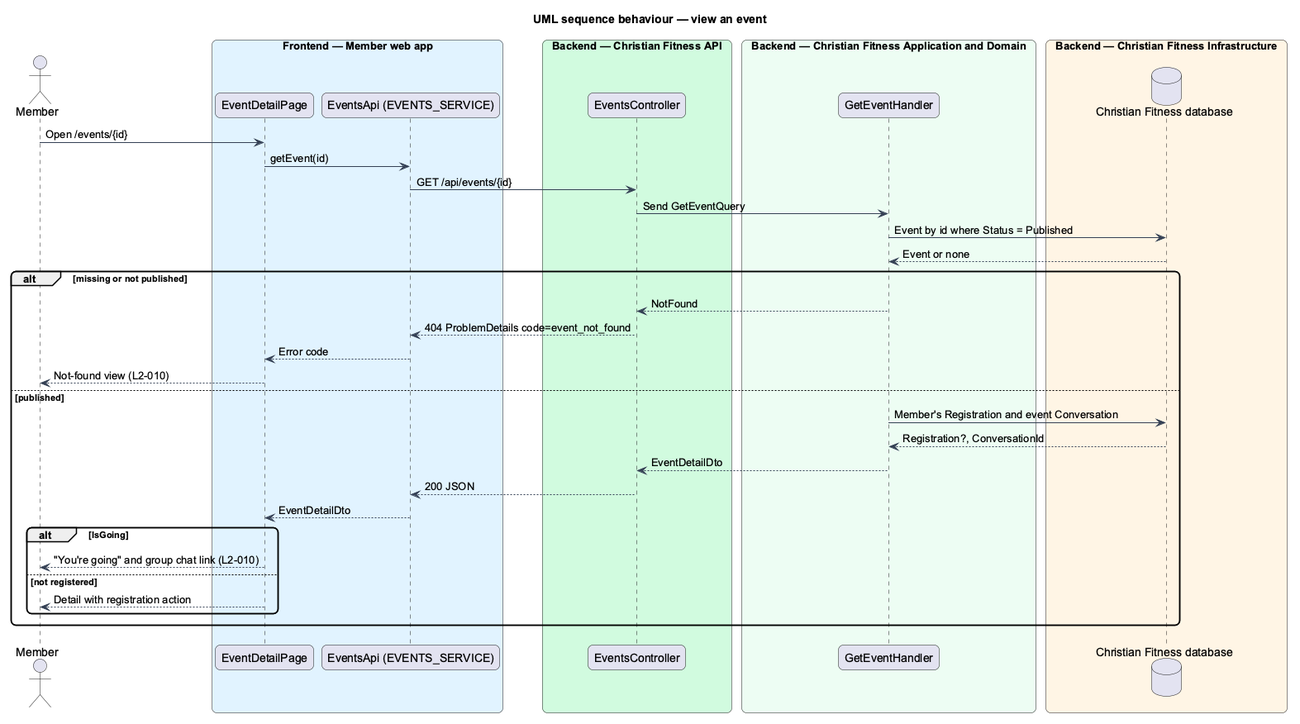
Above: docs/detailed-designs/events/view-event-detail/diagrams/sequence-view.png in QuinntyneBrown/christian-fitness (PlantUML), before the change. The source it was exported from:
```plantuml
@startuml
title UML sequence behaviour — view an event
skinparam backgroundColor #FFFFFF
skinparam shadowing false
skinparam roundcorner 12
skinparam defaultFontName Arial
skinparam ArrowColor #344054
actor "Member" as actor
box "Frontend — Member web app" #E0F2FE
  participant "EventDetailPage" as page
  participant "EventsApi (EVENTS_SERVICE)" as client
end box
box "Backend — Christian Fitness API" #D1FADF
  participant "EventsController" as ctrl
end box
box "Backend — Christian Fitness Application and Domain" #ECFDF3
  participant "GetEventHandler" as h
end box
box "Backend — Christian Fitness Infrastructure" #FFF4E5
  database "Christian Fitness database" as db
end box
actor -> page : Open /events/{id}
page -> client : getEvent(id)
client -> ctrl : GET /api/events/{id}
ctrl -> h : Send GetEventQuery
h -> db : Event by id where Status = Published
db --> h : Event or none
alt missing or not published
  h --> ctrl : NotFound
  ctrl --> client : 404 ProblemDetails code=event_not_found
  client --> page : Error code
  page --> actor : Not-found view (L2-010)
else published
  h -> db : Member's Registration and event Conversation
  db --> h : Registration?, ConversationId
  h --> ctrl : EventDetailDto
  ctrl --> client : 200 JSON
  client --> page : EventDetailDto
  alt IsGoing
    page --> actor : "You're going" and group chat link (L2-010)
  else not registered
    page --> actor : Detail with registration action
  end
end
@enduml
```
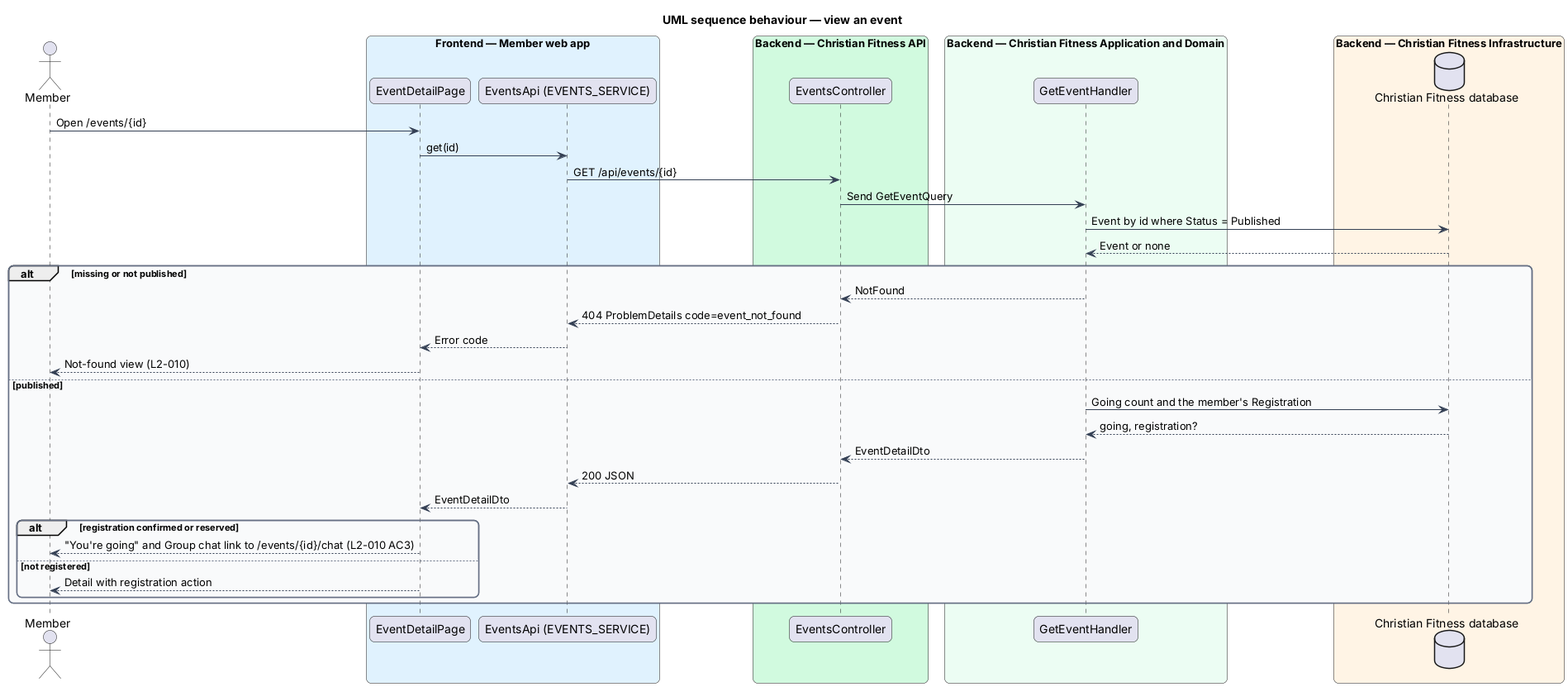
Above is the later version.

Change to the diagram source:
```diff
@@ -5,6 +5,15 @@
 skinparam roundcorner 12
 skinparam defaultFontName Arial
 skinparam ArrowColor #344054
+skinparam rectangle {
+  BorderColor #344054
+  FontColor #101828
+}
+skinparam package {
+  BorderColor #667085
+  FontColor #101828
+  BackgroundColor #F9FAFB
+}
 actor "Member" as actor
 box "Frontend — Member web app" #E0F2FE
   participant "EventDetailPage" as page
@@ -20,7 +29,7 @@
   database "Christian Fitness database" as db
 end box
 actor -> page : Open /events/{id}
-page -> client : getEvent(id)
+page -> client : get(id)
 client -> ctrl : GET /api/events/{id}
 ctrl -> h : Send GetEventQuery
 h -> db : Event by id where Status = Published
@@ -31,13 +40,13 @@
   client --> page : Error code
   page --> actor : Not-found view (L2-010)
 else published
-  h -> db : Member's Registration and event Conversation
-  db --> h : Registration?, ConversationId
+  h -> db : Going count and the member's Registration
+  db --> h : going, registration?
   h --> ctrl : EventDetailDto
   ctrl --> client : 200 JSON
   client --> page : EventDetailDto
-  alt IsGoing
-    page --> actor : "You're going" and group chat link (L2-010)
+  alt registration confirmed or reserved
+    page --> actor : "You're going" and Group chat link to /events/{id}/chat (L2-010 AC3)
   else not registered
     page --> actor : Detail with registration action
   end
```
